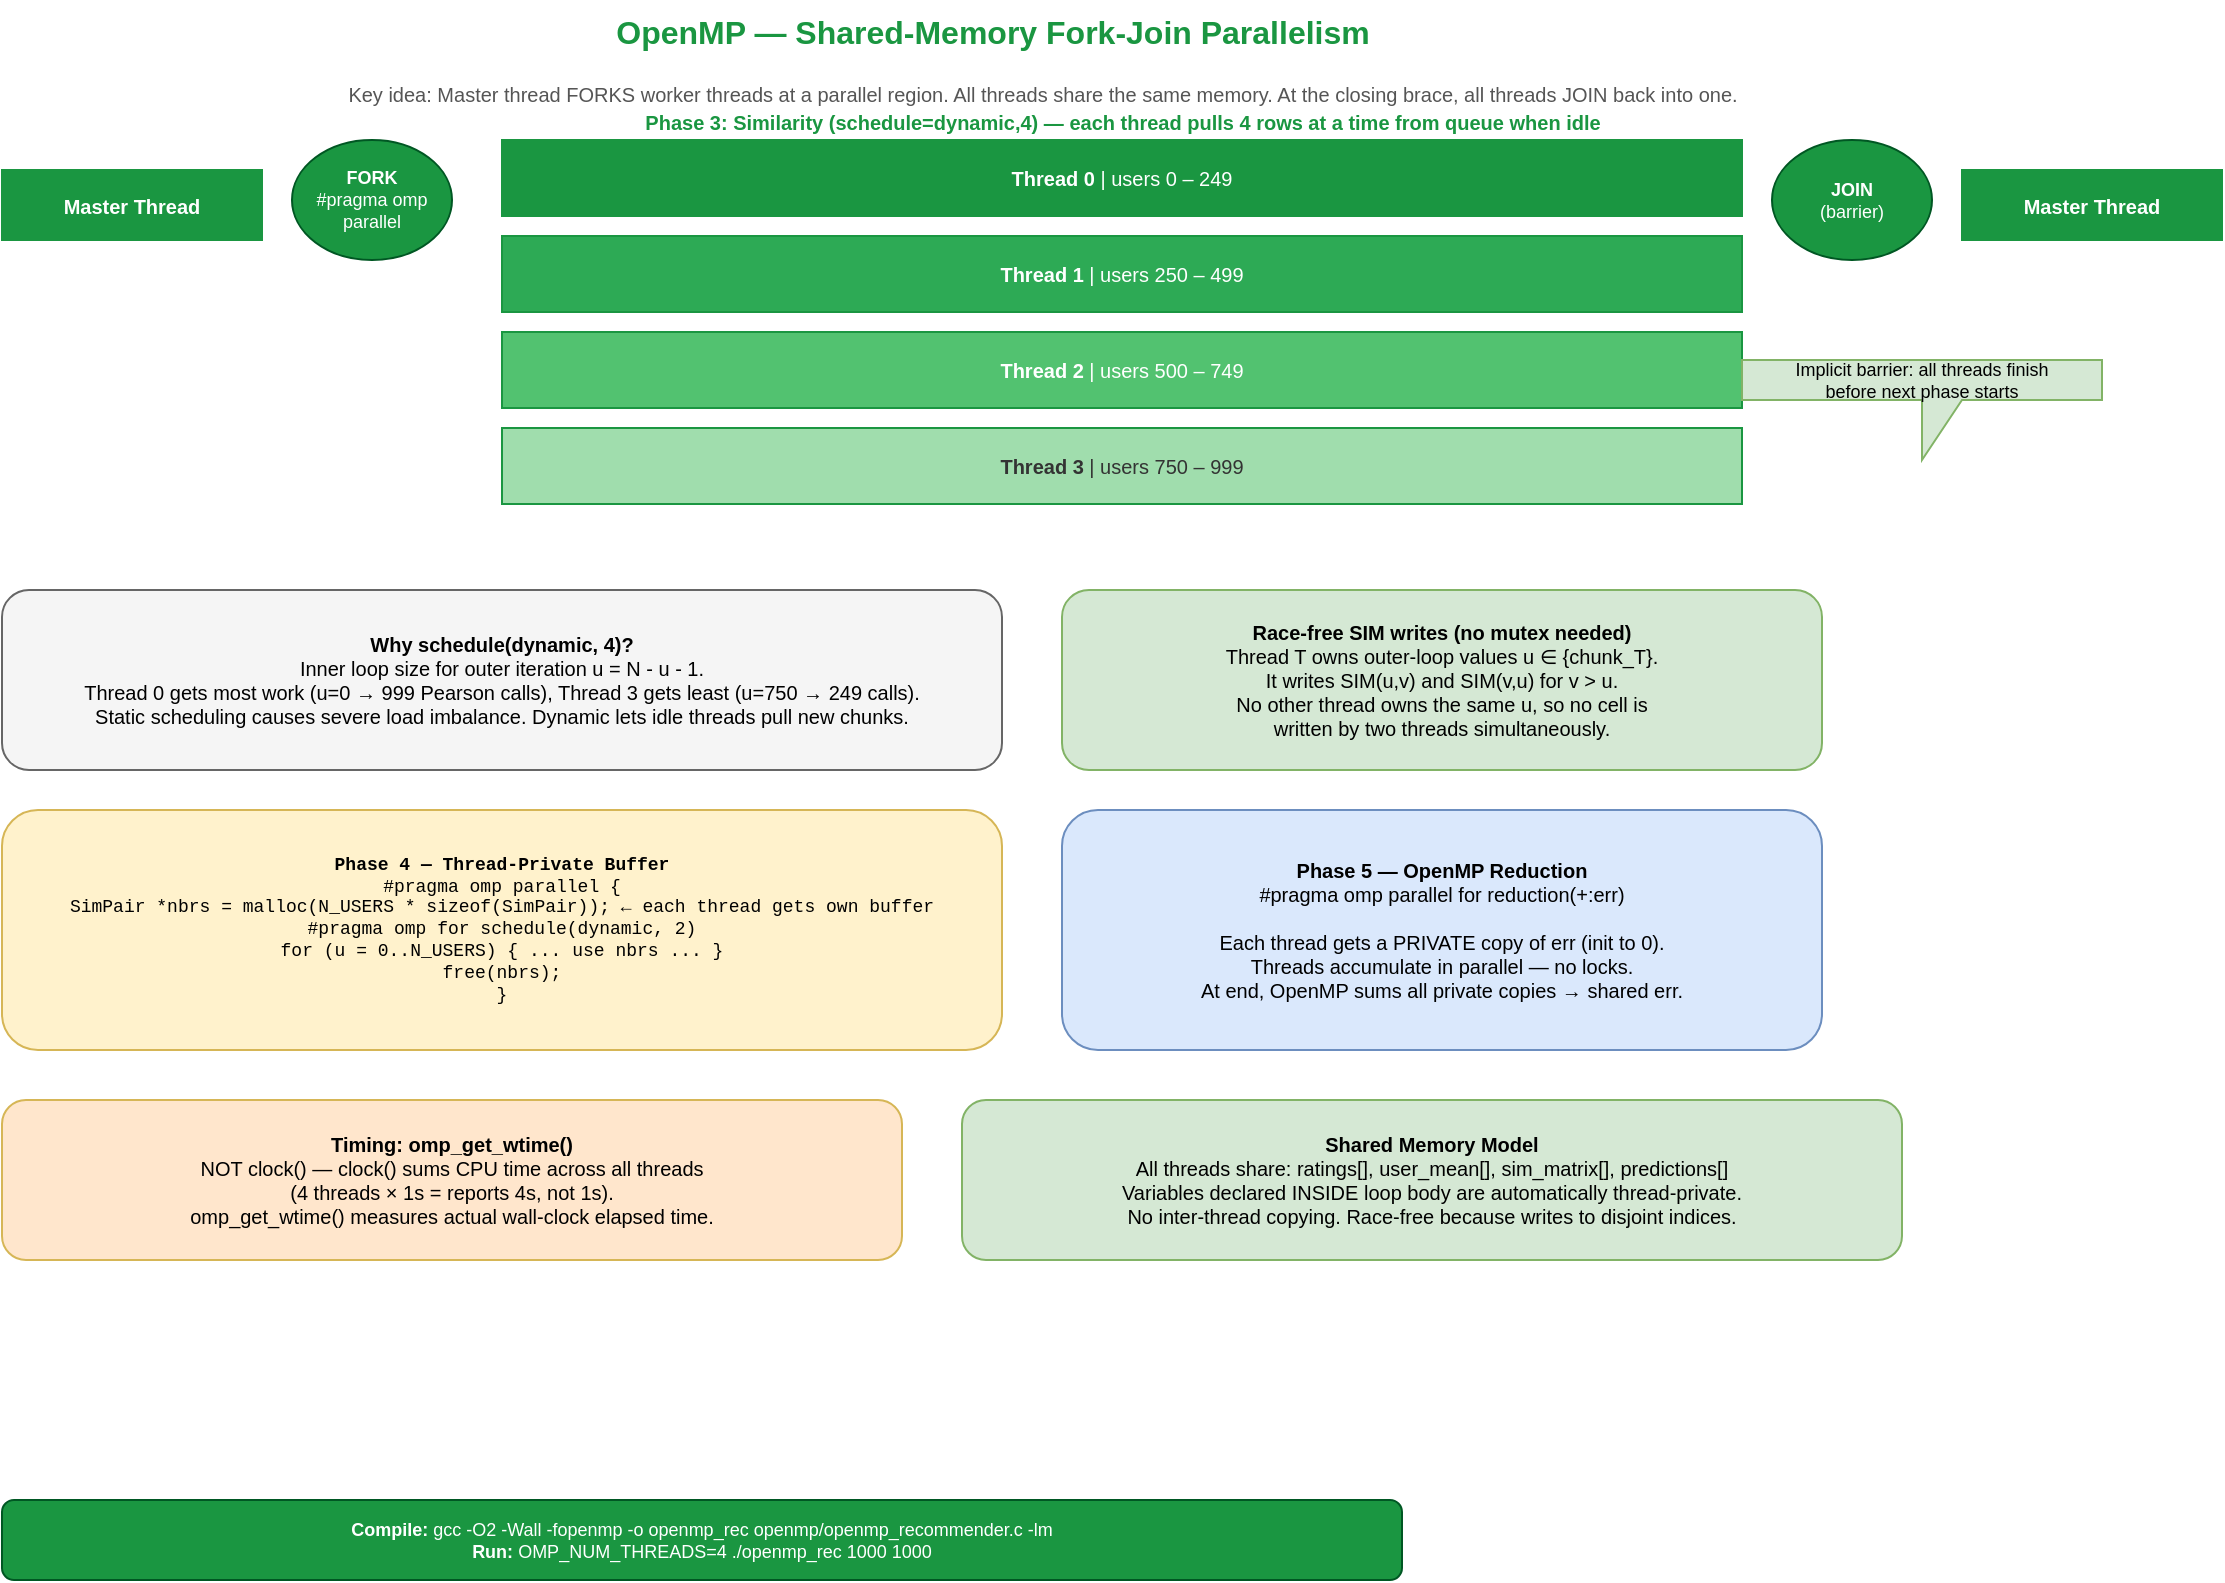
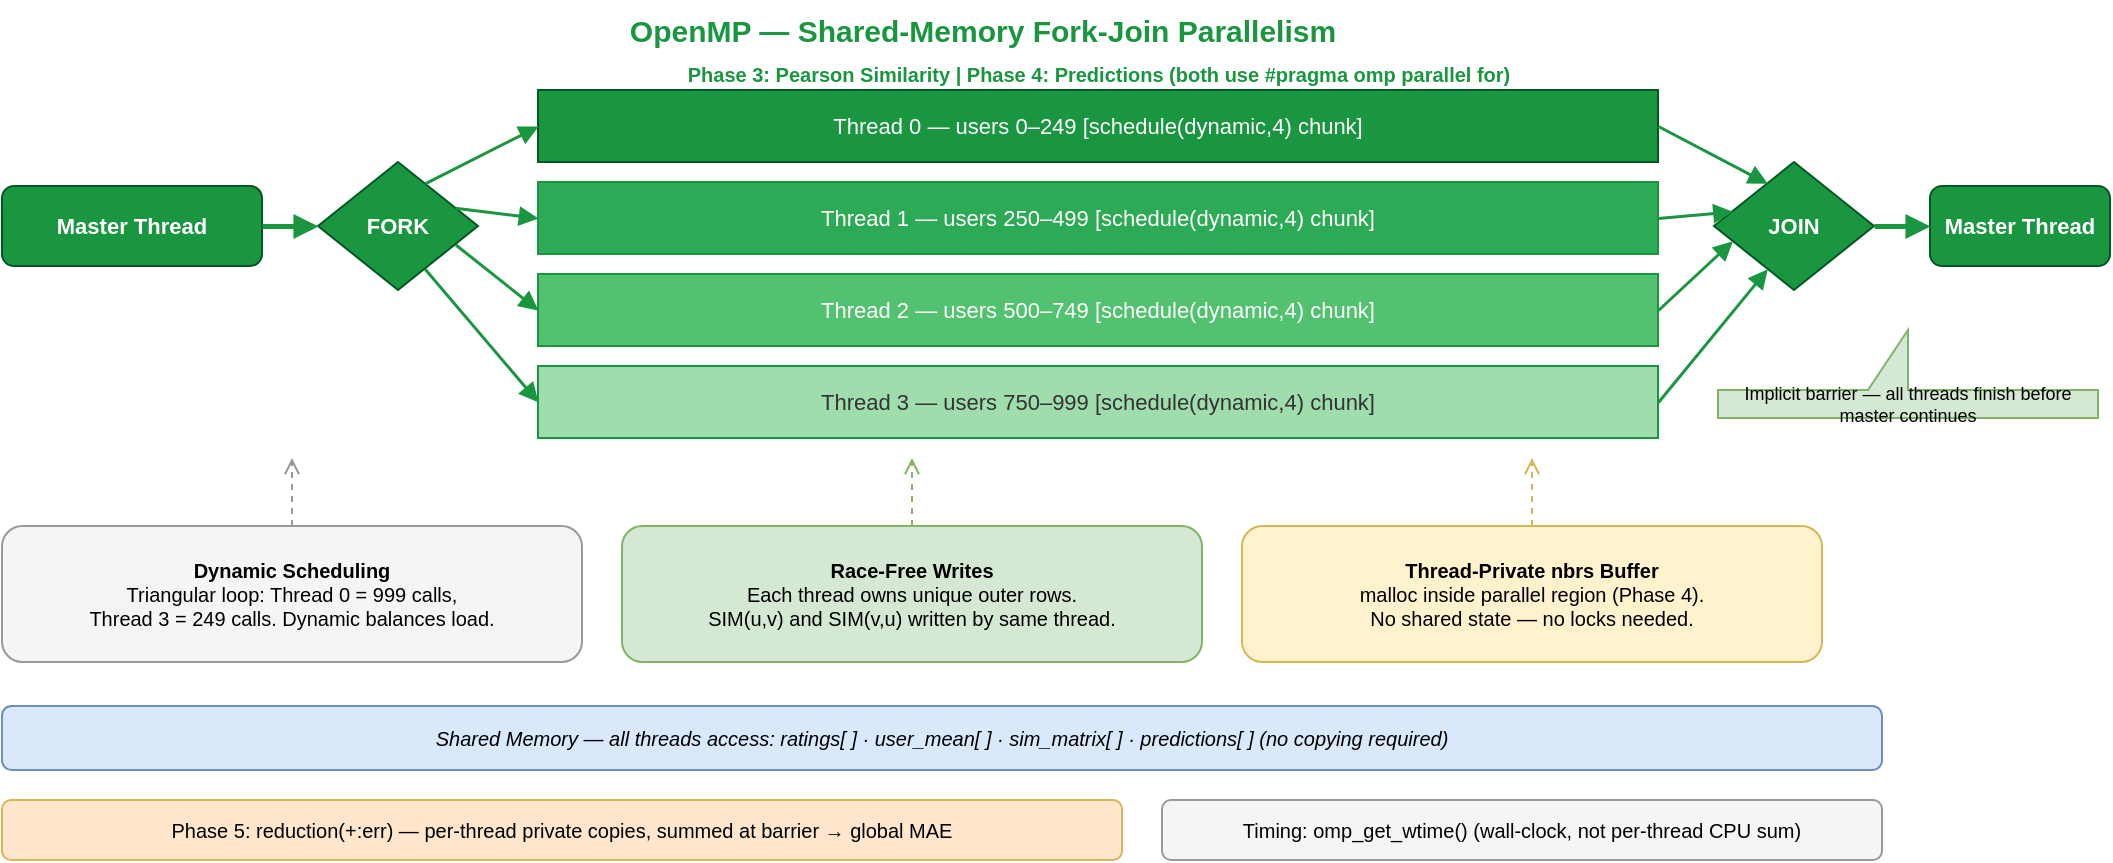
- <mxfile host="app.diagrams.net" modified="2025-05-16T00:00:00.000Z" version="21.1.2">
-   <diagram id="page2" name="2 - OpenMP">
-     <mxGraphModel dx="1422" dy="762" grid="1" gridSize="10" guides="1" tooltips="1" connect="1" arrows="1" fold="1" page="1" pageScale="1" pageWidth="1169" pageHeight="827" math="0" shadow="0">
+ <mxfile host="app.diagrams.net" version="21.1.2">
+   <diagram id="page2" name="OpenMP">
+     <mxGraphModel dx="1200" dy="700" grid="0" pageWidth="1100" pageHeight="680" math="0" shadow="0">
      <root>
-         <mxCell id="0" />
-         <mxCell id="1" parent="0" />
-         <mxCell id="2" value="OpenMP — Shared-Memory Fork-Join Parallelism" style="text;html=1;strokeColor=none;fillColor=none;align=center;fontStyle=1;fontSize=16;fontColor=#1a9641;" vertex="1" parent="1">
-           <mxGeometry x="200" y="15" width="650" height="35" as="geometry" />
+         <mxCell id="0" /><mxCell id="1" parent="0" />
+ 
+         <!-- Title -->
+         <mxCell id="ttl" value="OpenMP — Shared-Memory Fork-Join Parallelism" style="text;html=1;align=center;fontStyle=1;fontSize=15;fontColor=#1a9641;" vertex="1" parent="1">
+           <mxGeometry x="150" y="15" width="720" height="30" as="geometry" />
        </mxCell>
-         <mxCell id="3" value="Key idea: Master thread FORKS worker threads at a parallel region. All threads share the same memory. At the closing brace, all threads JOIN back into one." style="text;html=1;strokeColor=none;fillColor=none;align=center;fontSize=10;fontColor=#555555;" vertex="1" parent="1">
-           <mxGeometry x="100" y="50" width="900" height="25" as="geometry" />
+ 
+         <!-- Master left -->
+         <mxCell id="ml" value="&lt;b&gt;Master Thread&lt;/b&gt;" style="rounded=1;whiteSpace=wrap;html=1;fillColor=#1a9641;strokeColor=#005723;fontColor=#ffffff;fontSize=11;" vertex="1" parent="1">
+           <mxGeometry x="20" y="108" width="130" height="40" as="geometry" />
        </mxCell>
-         <mxCell id="4" value="&lt;b&gt;Master Thread&lt;/b&gt;" style="rounded=0;whiteSpace=wrap;html=1;fillColor=#1a9641;strokeColor=#1a9641;fontColor=#ffffff;fontSize=10;" vertex="1" parent="1">
-           <mxGeometry x="30" y="100" width="130" height="35" as="geometry" />
+ 
+         <!-- FORK diamond -->
+         <mxCell id="fk" value="&lt;b&gt;FORK&lt;/b&gt;" style="rhombus;whiteSpace=wrap;html=1;fillColor=#1a9641;strokeColor=#005723;fontColor=#ffffff;fontSize=11;" vertex="1" parent="1">
+           <mxGeometry x="178" y="96" width="80" height="64" as="geometry" />
        </mxCell>
-         <mxCell id="5" value="&lt;b&gt;FORK&lt;/b&gt;&lt;br&gt;#pragma omp parallel" style="shape=mxgraph.flowchart.start_2;whiteSpace=wrap;html=1;fillColor=#1a9641;strokeColor=#005723;fontColor=#ffffff;fontSize=9;" vertex="1" parent="1">
-           <mxGeometry x="175" y="85" width="80" height="60" as="geometry" />
+ 
+         <!-- Thread bars -->
+         <mxCell id="t0" value="Thread 0 — users 0–249      [schedule(dynamic,4) chunk]" style="rounded=0;whiteSpace=wrap;html=1;fillColor=#1a9641;strokeColor=#005723;fontColor=#ffffff;fontSize=11;" vertex="1" parent="1">
+           <mxGeometry x="288" y="60" width="560" height="36" as="geometry" />
        </mxCell>
-         <mxCell id="10" value="&lt;b&gt;Thread 0&lt;/b&gt;  |  users 0 – 249" style="rounded=0;whiteSpace=wrap;html=1;fillColor=#1a9641;strokeColor=#1a9641;fontColor=#ffffff;fontSize=10;" vertex="1" parent="1">
-           <mxGeometry x="280" y="85" width="620" height="38" as="geometry" />
+         <mxCell id="t1" value="Thread 1 — users 250–499    [schedule(dynamic,4) chunk]" style="rounded=0;whiteSpace=wrap;html=1;fillColor=#2daa55;strokeColor=#1a9641;fontColor=#ffffff;fontSize=11;" vertex="1" parent="1">
+           <mxGeometry x="288" y="106" width="560" height="36" as="geometry" />
        </mxCell>
-         <mxCell id="11" value="&lt;b&gt;Thread 1&lt;/b&gt;  |  users 250 – 499" style="rounded=0;whiteSpace=wrap;html=1;fillColor=#2daa55;strokeColor=#1a9641;fontColor=#ffffff;fontSize=10;" vertex="1" parent="1">
-           <mxGeometry x="280" y="133" width="620" height="38" as="geometry" />
+         <mxCell id="t2" value="Thread 2 — users 500–749    [schedule(dynamic,4) chunk]" style="rounded=0;whiteSpace=wrap;html=1;fillColor=#52c270;strokeColor=#1a9641;fontColor=#ffffff;fontSize=11;" vertex="1" parent="1">
+           <mxGeometry x="288" y="152" width="560" height="36" as="geometry" />
        </mxCell>
-         <mxCell id="12" value="&lt;b&gt;Thread 2&lt;/b&gt;  |  users 500 – 749" style="rounded=0;whiteSpace=wrap;html=1;fillColor=#52c270;strokeColor=#1a9641;fontColor=#ffffff;fontSize=10;" vertex="1" parent="1">
-           <mxGeometry x="280" y="181" width="620" height="38" as="geometry" />
+         <mxCell id="t3" value="Thread 3 — users 750–999    [schedule(dynamic,4) chunk]" style="rounded=0;whiteSpace=wrap;html=1;fillColor=#a0ddad;strokeColor=#1a9641;fontColor=#333333;fontSize=11;" vertex="1" parent="1">
+           <mxGeometry x="288" y="198" width="560" height="36" as="geometry" />
        </mxCell>
-         <mxCell id="13" value="&lt;b&gt;Thread 3&lt;/b&gt;  |  users 750 – 999" style="rounded=0;whiteSpace=wrap;html=1;fillColor=#a0ddad;strokeColor=#1a9641;fontColor=#333333;fontSize=10;" vertex="1" parent="1">
-           <mxGeometry x="280" y="229" width="620" height="38" as="geometry" />
+ 
+         <!-- JOIN diamond -->
+         <mxCell id="jn" value="&lt;b&gt;JOIN&lt;/b&gt;" style="rhombus;whiteSpace=wrap;html=1;fillColor=#1a9641;strokeColor=#005723;fontColor=#ffffff;fontSize=11;" vertex="1" parent="1">
+           <mxGeometry x="876" y="96" width="80" height="64" as="geometry" />
        </mxCell>
-         <mxCell id="14" value="&lt;b&gt;JOIN&lt;/b&gt;&lt;br&gt;(barrier)" style="shape=mxgraph.flowchart.start_2;whiteSpace=wrap;html=1;fillColor=#1a9641;strokeColor=#005723;fontColor=#ffffff;fontSize=9;" vertex="1" parent="1">
-           <mxGeometry x="915" y="85" width="80" height="60" as="geometry" />
+ 
+         <!-- Master right -->
+         <mxCell id="mr" value="&lt;b&gt;Master Thread&lt;/b&gt;" style="rounded=1;whiteSpace=wrap;html=1;fillColor=#1a9641;strokeColor=#005723;fontColor=#ffffff;fontSize=11;" vertex="1" parent="1">
+           <mxGeometry x="984" y="108" width="90" height="40" as="geometry" />
        </mxCell>
-         <mxCell id="15" value="&lt;b&gt;Master Thread&lt;/b&gt;" style="rounded=0;whiteSpace=wrap;html=1;fillColor=#1a9641;strokeColor=#1a9641;fontColor=#ffffff;fontSize=10;" vertex="1" parent="1">
-           <mxGeometry x="1010" y="100" width="130" height="35" as="geometry" />
+ 
+         <!-- Phase label above threads -->
+         <mxCell id="plbl" value="Phase 3: Pearson Similarity   |   Phase 4: Predictions   (both use #pragma omp parallel for)" style="text;html=1;align=center;fontStyle=1;fontSize=10;fontColor=#1a9641;" vertex="1" parent="1">
+           <mxGeometry x="288" y="40" width="560" height="18" as="geometry" />
        </mxCell>
-         <mxCell id="16" value="Phase 3: Similarity  (schedule=dynamic,4)  — each thread pulls 4 rows at a time from queue when idle" style="text;html=1;strokeColor=none;fillColor=none;align=center;fontSize=10;fontStyle=1;fontColor=#1a9641;" vertex="1" parent="1">
-           <mxGeometry x="280" y="64" width="620" height="22" as="geometry" />
+ 
+         <!-- ── ARROWS ── -->
+         <!-- Master → FORK -->
+         <mxCell id="a_ml_fk" value="" style="endArrow=block;endFill=1;strokeWidth=2.5;strokeColor=#1a9641;" edge="1" source="ml" target="fk" parent="1">
+           <mxGeometry relative="1" as="geometry" />
        </mxCell>
-         <mxCell id="17" value="Implicit barrier: all threads finish&lt;br&gt;before next phase starts" style="shape=callout;whiteSpace=wrap;html=1;fillColor=#d5e8d4;strokeColor=#82b366;fontSize=9;" vertex="1" parent="1">
-           <mxGeometry x="900" y="195" width="180" height="50" as="geometry" />
+ 
+         <!-- FORK → Thread 0 (fan up) -->
+         <mxCell id="a_fk_t0" value="" style="endArrow=block;endFill=1;strokeWidth=1.5;strokeColor=#1a9641;exitX=0.75;exitY=0;exitDx=0;exitDy=0;entryX=0;entryY=0.5;entryDx=0;entryDy=0;" edge="1" source="fk" target="t0" parent="1">
+           <mxGeometry relative="1" as="geometry" />
        </mxCell>
-         <mxCell id="18" value="" style="endArrow=none;dashed=1;strokeColor=#888888;strokeWidth=1;" edge="1" parent="1">
-           <mxGeometry x="30" y="290" width="1100" height="10" as="geometry">
-             <Array as="points">
-               <mxPoint x="1130" y="290" />
-             </Array>
+         <!-- FORK → Thread 1 -->
+         <mxCell id="a_fk_t1" value="" style="endArrow=block;endFill=1;strokeWidth=1.5;strokeColor=#1a9641;exitX=1;exitY=0.3;exitDx=0;exitDy=0;entryX=0;entryY=0.5;entryDx=0;entryDy=0;" edge="1" source="fk" target="t1" parent="1">
+           <mxGeometry relative="1" as="geometry" />
+         </mxCell>
+         <!-- FORK → Thread 2 -->
+         <mxCell id="a_fk_t2" value="" style="endArrow=block;endFill=1;strokeWidth=1.5;strokeColor=#1a9641;exitX=1;exitY=0.7;exitDx=0;exitDy=0;entryX=0;entryY=0.5;entryDx=0;entryDy=0;" edge="1" source="fk" target="t2" parent="1">
+           <mxGeometry relative="1" as="geometry" />
+         </mxCell>
+         <!-- FORK → Thread 3 (fan down) -->
+         <mxCell id="a_fk_t3" value="" style="endArrow=block;endFill=1;strokeWidth=1.5;strokeColor=#1a9641;exitX=0.75;exitY=1;exitDx=0;exitDy=0;entryX=0;entryY=0.5;entryDx=0;entryDy=0;" edge="1" source="fk" target="t3" parent="1">
+           <mxGeometry relative="1" as="geometry" />
+         </mxCell>
+ 
+         <!-- Thread 0 → JOIN (fan in) -->
+         <mxCell id="a_t0_jn" value="" style="endArrow=block;endFill=1;strokeWidth=1.5;strokeColor=#1a9641;exitX=1;exitY=0.5;exitDx=0;exitDy=0;entryX=0.25;entryY=0;entryDx=0;entryDy=0;" edge="1" source="t0" target="jn" parent="1">
+           <mxGeometry relative="1" as="geometry" />
+         </mxCell>
+         <!-- Thread 1 → JOIN -->
+         <mxCell id="a_t1_jn" value="" style="endArrow=block;endFill=1;strokeWidth=1.5;strokeColor=#1a9641;exitX=1;exitY=0.5;exitDx=0;exitDy=0;entryX=0;entryY=0.35;entryDx=0;entryDy=0;" edge="1" source="t1" target="jn" parent="1">
+           <mxGeometry relative="1" as="geometry" />
+         </mxCell>
+         <!-- Thread 2 → JOIN -->
+         <mxCell id="a_t2_jn" value="" style="endArrow=block;endFill=1;strokeWidth=1.5;strokeColor=#1a9641;exitX=1;exitY=0.5;exitDx=0;exitDy=0;entryX=0;entryY=0.65;entryDx=0;entryDy=0;" edge="1" source="t2" target="jn" parent="1">
+           <mxGeometry relative="1" as="geometry" />
+         </mxCell>
+         <!-- Thread 3 → JOIN (fan in) -->
+         <mxCell id="a_t3_jn" value="" style="endArrow=block;endFill=1;strokeWidth=1.5;strokeColor=#1a9641;exitX=1;exitY=0.5;exitDx=0;exitDy=0;entryX=0.25;entryY=1;entryDx=0;entryDy=0;" edge="1" source="t3" target="jn" parent="1">
+           <mxGeometry relative="1" as="geometry" />
+         </mxCell>
+ 
+         <!-- JOIN → Master right -->
+         <mxCell id="a_jn_mr" value="" style="endArrow=block;endFill=1;strokeWidth=2.5;strokeColor=#1a9641;" edge="1" source="jn" target="mr" parent="1">
+           <mxGeometry relative="1" as="geometry" />
+         </mxCell>
+ 
+         <!-- Implicit barrier callout -->
+         <mxCell id="bar" value="Implicit barrier — all threads finish before master continues" style="shape=callout;whiteSpace=wrap;html=1;fillColor=#d5e8d4;strokeColor=#82b366;fontSize=9;direction=west;" vertex="1" parent="1">
+           <mxGeometry x="878" y="180" width="190" height="44" as="geometry" />
+         </mxCell>
+ 
+         <!-- Key concept boxes -->
+         <mxCell id="c1" value="&lt;b&gt;Dynamic Scheduling&lt;/b&gt;&lt;br&gt;Triangular loop: Thread 0 = 999 calls,&lt;br&gt;Thread 3 = 249 calls. Dynamic balances load." style="rounded=1;whiteSpace=wrap;html=1;fillColor=#f5f5f5;strokeColor=#999999;fontSize=10;" vertex="1" parent="1">
+           <mxGeometry x="20" y="278" width="290" height="68" as="geometry" />
+         </mxCell>
+         <mxCell id="c2" value="&lt;b&gt;Race-Free Writes&lt;/b&gt;&lt;br&gt;Each thread owns unique outer rows.&lt;br&gt;SIM(u,v) and SIM(v,u) written by same thread." style="rounded=1;whiteSpace=wrap;html=1;fillColor=#d5e8d4;strokeColor=#82b366;fontSize=10;" vertex="1" parent="1">
+           <mxGeometry x="330" y="278" width="290" height="68" as="geometry" />
+         </mxCell>
+         <mxCell id="c3" value="&lt;b&gt;Thread-Private nbrs Buffer&lt;/b&gt;&lt;br&gt;malloc inside parallel region (Phase 4).&lt;br&gt;No shared state — no locks needed." style="rounded=1;whiteSpace=wrap;html=1;fillColor=#fff2cc;strokeColor=#d6b656;fontSize=10;" vertex="1" parent="1">
+           <mxGeometry x="640" y="278" width="290" height="68" as="geometry" />
+         </mxCell>
+ 
+         <!-- Arrows from concept boxes up to thread region -->
+         <mxCell id="ac1" value="" style="dashed=1;endArrow=open;endFill=0;strokeColor=#999999;strokeWidth=1;" edge="1" parent="1">
+           <mxGeometry relative="1" as="geometry">
+             <mxPoint x="165" y="278" as="sourcePoint" />
+             <mxPoint x="165" y="244" as="targetPoint" />
          </mxGeometry>
        </mxCell>
-         <mxCell id="19" value="&lt;b&gt;Why schedule(dynamic, 4)?&lt;/b&gt;&lt;br&gt;Inner loop size for outer iteration u = N - u - 1.&lt;br&gt;Thread 0 gets most work (u=0 → 999 Pearson calls), Thread 3 gets least (u=750 → 249 calls).&lt;br&gt;Static scheduling causes severe load imbalance. Dynamic lets idle threads pull new chunks." style="rounded=1;whiteSpace=wrap;html=1;fillColor=#f5f5f5;strokeColor=#666666;fontSize=10;" vertex="1" parent="1">
-           <mxGeometry x="30" y="310" width="500" height="90" as="geometry" />
+         <mxCell id="ac2" value="" style="dashed=1;endArrow=open;endFill=0;strokeColor=#82b366;strokeWidth=1;" edge="1" parent="1">
+           <mxGeometry relative="1" as="geometry">
+             <mxPoint x="475" y="278" as="sourcePoint" />
+             <mxPoint x="475" y="244" as="targetPoint" />
+           </mxGeometry>
        </mxCell>
-         <mxCell id="20" value="&lt;b&gt;Race-free SIM writes (no mutex needed)&lt;/b&gt;&lt;br&gt;Thread T owns outer-loop values u ∈ {chunk_T}.&lt;br&gt;It writes SIM(u,v) and SIM(v,u) for v &gt; u.&lt;br&gt;No other thread owns the same u, so no cell is&lt;br&gt;written by two threads simultaneously." style="rounded=1;whiteSpace=wrap;html=1;fillColor=#d5e8d4;strokeColor=#82b366;fontSize=10;" vertex="1" parent="1">
-           <mxGeometry x="560" y="310" width="380" height="90" as="geometry" />
+         <mxCell id="ac3" value="" style="dashed=1;endArrow=open;endFill=0;strokeColor=#d6b656;strokeWidth=1;" edge="1" parent="1">
+           <mxGeometry relative="1" as="geometry">
+             <mxPoint x="785" y="278" as="sourcePoint" />
+             <mxPoint x="785" y="244" as="targetPoint" />
+           </mxGeometry>
        </mxCell>
-         <mxCell id="21" value="&lt;b&gt;Phase 4 — Thread-Private Buffer&lt;/b&gt;&lt;br&gt;#pragma omp parallel { &lt;br&gt;  SimPair *nbrs = malloc(N_USERS * sizeof(SimPair)); ← each thread gets own buffer&lt;br&gt;  #pragma omp for schedule(dynamic, 2)&lt;br&gt;  for (u = 0..N_USERS) { ... use nbrs ... }&lt;br&gt;  free(nbrs);&lt;br&gt;}" style="rounded=1;whiteSpace=wrap;html=1;fillColor=#fff2cc;strokeColor=#d6b656;fontSize=9;fontFamily=Courier New;" vertex="1" parent="1">
-           <mxGeometry x="30" y="420" width="500" height="120" as="geometry" />
+ 
+         <!-- Shared memory note -->
+         <mxCell id="sm" value="Shared Memory — all threads access: ratings[ ]  ·  user_mean[ ]  ·  sim_matrix[ ]  ·  predictions[ ]    (no copying required)" style="rounded=1;whiteSpace=wrap;html=1;fillColor=#dae8fc;strokeColor=#6c8ebf;fontSize=10;fontStyle=2;" vertex="1" parent="1">
+           <mxGeometry x="20" y="368" width="940" height="32" as="geometry" />
        </mxCell>
-         <mxCell id="22" value="&lt;b&gt;Phase 5 — OpenMP Reduction&lt;/b&gt;&lt;br&gt;#pragma omp parallel for reduction(+:err)&lt;br&gt;&lt;br&gt;Each thread gets a PRIVATE copy of err (init to 0).&lt;br&gt;Threads accumulate in parallel — no locks.&lt;br&gt;At end, OpenMP sums all private copies → shared err." style="rounded=1;whiteSpace=wrap;html=1;fillColor=#dae8fc;strokeColor=#6c8ebf;fontSize=10;" vertex="1" parent="1">
-           <mxGeometry x="560" y="420" width="380" height="120" as="geometry" />
+ 
+         <!-- Reduction note -->
+         <mxCell id="red" value="Phase 5: reduction(+:err) — per-thread private copies, summed at barrier → global MAE" style="rounded=1;whiteSpace=wrap;html=1;fillColor=#ffe6cc;strokeColor=#d6b656;fontSize=10;" vertex="1" parent="1">
+           <mxGeometry x="20" y="415" width="560" height="30" as="geometry" />
        </mxCell>
-         <mxCell id="23" value="&lt;b&gt;Timing: omp_get_wtime()&lt;/b&gt;&lt;br&gt;NOT clock() — clock() sums CPU time across all threads&lt;br&gt;(4 threads × 1s = reports 4s, not 1s).&lt;br&gt;omp_get_wtime() measures actual wall-clock elapsed time." style="rounded=1;whiteSpace=wrap;html=1;fillColor=#ffe6cc;strokeColor=#d6b656;fontSize=10;" vertex="1" parent="1">
-           <mxGeometry x="30" y="565" width="450" height="80" as="geometry" />
-         </mxCell>
-         <mxCell id="24" value="&lt;b&gt;Shared Memory Model&lt;/b&gt;&lt;br&gt;All threads share:  ratings[], user_mean[], sim_matrix[], predictions[]&lt;br&gt;Variables declared INSIDE loop body are automatically thread-private.&lt;br&gt;No inter-thread copying. Race-free because writes to disjoint indices." style="rounded=1;whiteSpace=wrap;html=1;fillColor=#d5e8d4;strokeColor=#82b366;fontSize=10;" vertex="1" parent="1">
-           <mxGeometry x="510" y="565" width="470" height="80" as="geometry" />
-         </mxCell>
-         <mxCell id="25" value="&lt;b&gt;Compile:&lt;/b&gt;  gcc -O2 -Wall -fopenmp -o openmp_rec openmp/openmp_recommender.c -lm&lt;br&gt;&lt;b&gt;Run:&lt;/b&gt;  OMP_NUM_THREADS=4  ./openmp_rec 1000 1000" style="rounded=1;whiteSpace=wrap;html=1;fillColor=#1a9641;strokeColor=#005723;fontColor=#ffffff;fontSize=9;" vertex="1" parent="1">
-           <mxGeometry x="30" y="765" width="700" height="40" as="geometry" />
+         <mxCell id="tm" value="Timing: omp_get_wtime()  (wall-clock, not per-thread CPU sum)" style="rounded=1;whiteSpace=wrap;html=1;fillColor=#f5f5f5;strokeColor=#999999;fontSize=10;" vertex="1" parent="1">
+           <mxGeometry x="600" y="415" width="360" height="30" as="geometry" />
        </mxCell>
      </root>
    </mxGraphModel>
  </diagram>
</mxfile>
